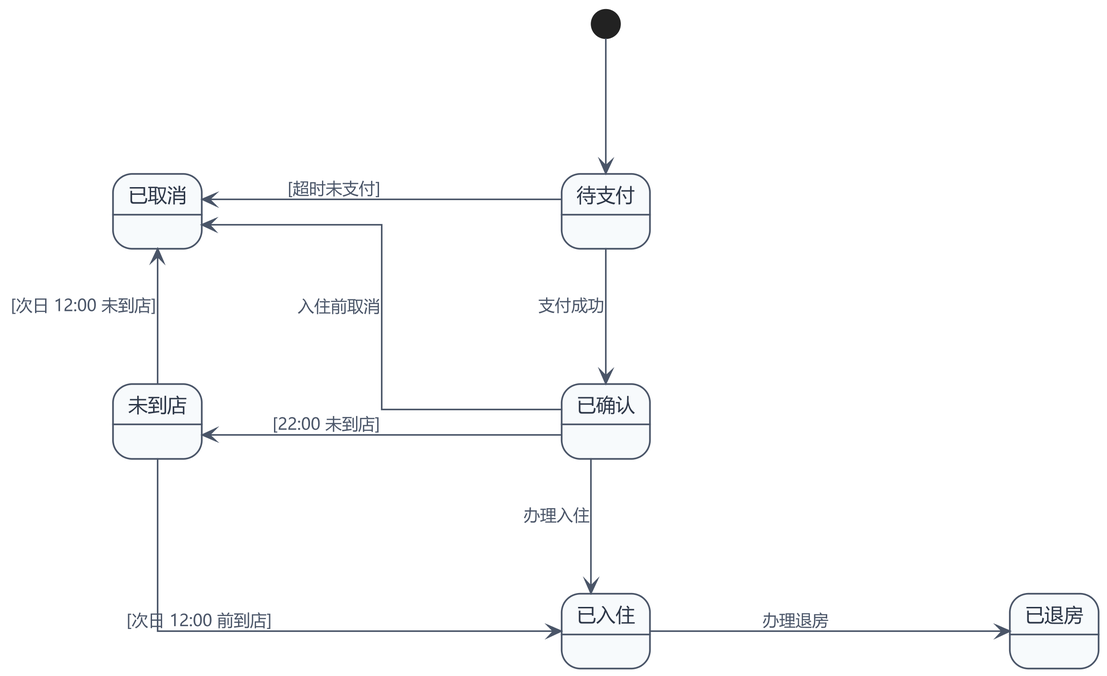
Before: UML/UML状态图_订单.png, a diagram exported from PlantUML (ruzhai/software-engineering-labs). Source of this version:
```plantuml
@startuml UML状态图_订单
skinparam defaultFontName "Microsoft YaHei"
skinparam shadowing false
skinparam backgroundColor #FFFFFF
skinparam linetype ortho
skinparam ArrowColor #4A5568
skinparam ArrowFontColor #4A5568
skinparam ArrowFontSize 11
skinparam state {
  BackgroundColor #F7FAFC
  BorderColor #4A5568
  FontColor #2D3748
  FontSize 13
  BorderThickness 1.1
}
skinparam nodesep 240
skinparam ranksep 90
skinparam dpi 300

state "待支付" as S1
state "已确认" as S2
state "已入住" as S3
state "已退房" as S4
state "未到店" as S5
state "已取消" as S6

[*] -down-> S1
S1 -down-> S2 : 支付成功
S2 -down-> S3 : 办理入住
S3 -right-> S4 : 办理退房
S2 -left-> S5 : [22:00 未到店]
S5 -down-> S3 : [次日 12:00 前到店]
S5 -left-> S6 : [次日 12:00 未到店]
S1 -left-> S6 : [超时未支付]
S2 -down-> S6 : 入住前取消

S2 -[hidden]right-> S3
@enduml
```
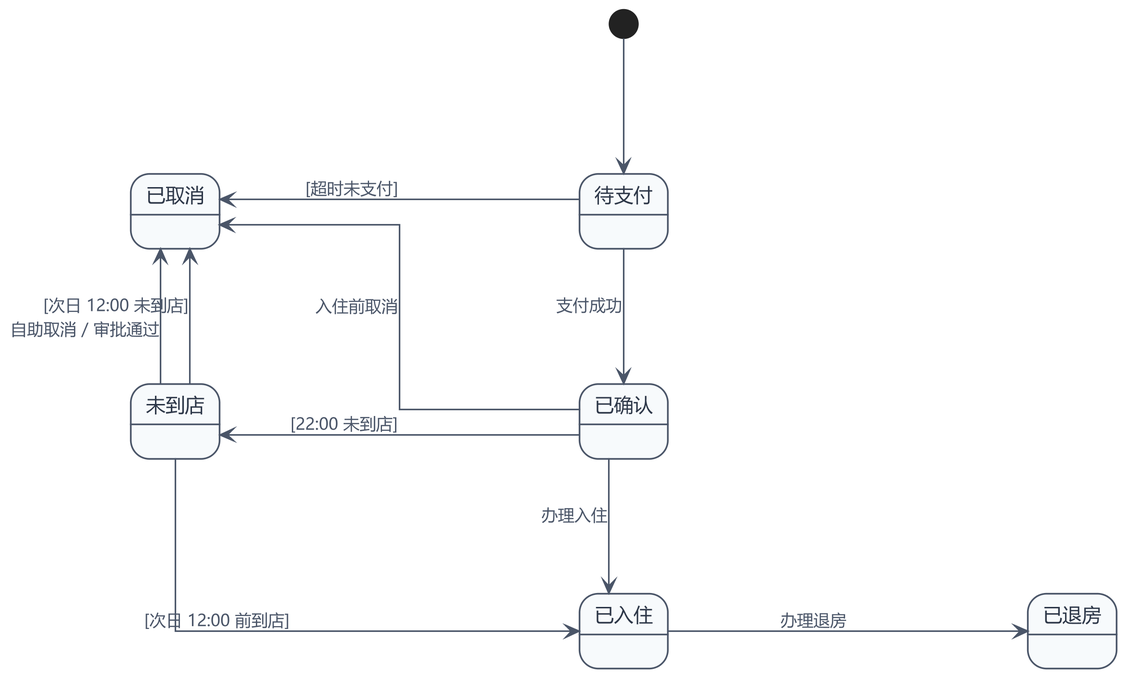
The same diagram one commit later.

Diff of the diagram source:
```diff
@@ -31,6 +31,7 @@
 S2 -left-> S5 : [22:00 未到店]
 S5 -down-> S3 : [次日 12:00 前到店]
 S5 -left-> S6 : [次日 12:00 未到店]
+S5 -up-> S6 : 自助取消 / 审批通过
 S1 -left-> S6 : [超时未支付]
 S2 -down-> S6 : 入住前取消
 
```
